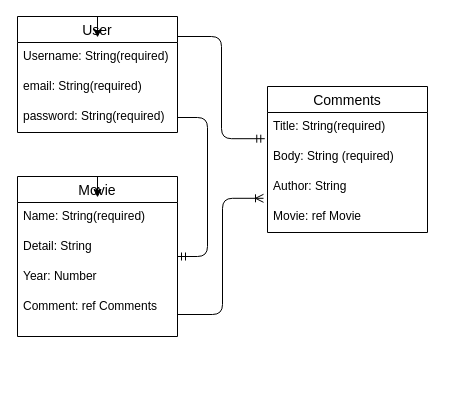
This is page "Page-1" (1 of 2) of ERD.drawio from quincyp/project-mediahub, a draw.io file, before an edit. Source tidied: cells renumbered, new cells numbered last; positions are measured from the earlier drawing's top-left corner, leaving out a move shared by most shapes. Both pictures are drawn from the tidied source at 100%, with x=0, y=0 at pixel (17, 16).
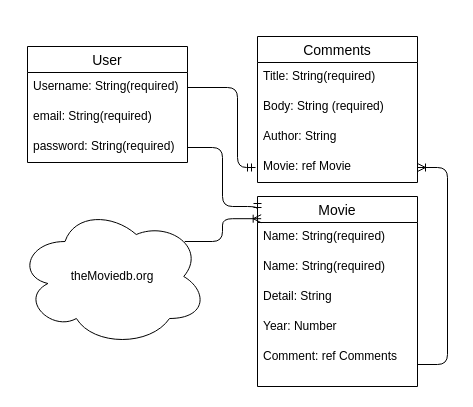
The same diagram, later.

Unchanged cells that the change refers to:
```xml
<mxCell id="3" value="Name: String(required)" style="text;strokeColor=none;fillColor=none;spacingLeft=4;spacingRight=4;overflow=hidden;points=[[0,0.5],[1,0.5]];portConstraint=eastwest;fontSize=12;" parent="2" vertex="1">
  <mxGeometry y="26" width="160" height="30" as="geometry" />
</mxCell>
<mxCell id="9" value="Title: String(required)" style="text;strokeColor=none;fillColor=none;spacingLeft=4;spacingRight=4;overflow=hidden;points=[[0,0.5],[1,0.5]];portConstraint=eastwest;fontSize=12;" parent="8" vertex="1">
  <mxGeometry y="26" width="160" height="30" as="geometry" />
</mxCell>
<mxCell id="11" value="Author: String" style="text;strokeColor=none;fillColor=none;spacingLeft=4;spacingRight=4;overflow=hidden;points=[[0,0.5],[1,0.5]];portConstraint=eastwest;fontSize=12;" parent="8" vertex="1">
  <mxGeometry y="86" width="160" height="30" as="geometry" />
</mxCell>
<mxCell id="12" value="Movie: ref Movie" style="text;strokeColor=none;fillColor=none;spacingLeft=4;spacingRight=4;overflow=hidden;points=[[0,0.5],[1,0.5]];portConstraint=eastwest;fontSize=12;" parent="8" vertex="1">
  <mxGeometry y="116" width="160" height="30" as="geometry" />
</mxCell>
<mxCell id="15" value="Username: String(required)" style="text;strokeColor=none;fillColor=none;spacingLeft=4;spacingRight=4;overflow=hidden;points=[[0,0.5],[1,0.5]];portConstraint=eastwest;fontSize=12;" parent="14" vertex="1">
  <mxGeometry y="26" width="160" height="30" as="geometry" />
</mxCell>
<mxCell id="18" value="password: String(required)" style="text;strokeColor=none;fillColor=none;spacingLeft=4;spacingRight=4;overflow=hidden;points=[[0,0.5],[1,0.5]];portConstraint=eastwest;fontSize=12;" parent="14" vertex="1">
  <mxGeometry y="86" width="160" height="30" as="geometry" />
</mxCell>
```

Diff of the diagram source:
```diff
@@
     <mxCell id="2" value="Movie" style="swimlane;fontStyle=0;horizontal=1;startSize=26;align=center;fontSize=14;" parent="1" vertex="1">
-      <mxGeometry y="160" width="160" height="160" as="geometry" />
+      <mxGeometry x="240" y="180" width="160" height="190" as="geometry" />
     </mxCell>
@@
+    <mxCell id="21" value="Name: String(required)" style="text;strokeColor=none;fillColor=none;spacingLeft=4;spacingRight=4;overflow=hidden;fontSize=12;" parent="2" vertex="1">
+      <mxGeometry y="56" width="160" height="30" as="geometry" />
+    </mxCell>
     <mxCell id="4" value="Detail: String" style="text;strokeColor=none;fillColor=none;spacingLeft=4;spacingRight=4;overflow=hidden;fontSize=12;" parent="2" vertex="1">
-      <mxGeometry y="56" width="160" height="30" as="geometry" />
+      <mxGeometry y="86" width="160" height="30" as="geometry" />
     </mxCell>
-    <mxCell id="5" style="edgeStyle=orthogonalEdgeStyle;rounded=0;jettySize=auto;html=1;exitX=0.5;exitY=0;exitDx=0;exitDy=0;entryX=0.5;entryY=-0.167;entryDx=0;entryDy=0;entryPerimeter=0;" parent="2" edge="1" source="2" target="3">
-      <mxGeometry relative="1" as="geometry" />
+    <mxCell id="5" style="edgeStyle=orthogonalEdgeStyle;rounded=0;jettySize=auto;html=1;exitX=0.5;exitY=0;exitDx=0;exitDy=0;" parent="2" edge="1" source="2">
+      <mxGeometry relative="1" as="geometry">
+        <mxPoint x="80" as="targetPoint" />
+      </mxGeometry>
     </mxCell>
     <mxCell id="6" value="Year: Number" style="text;strokeColor=none;fillColor=none;spacingLeft=4;spacingRight=4;overflow=hidden;fontSize=12;" parent="2" vertex="1">
-      <mxGeometry y="86" width="160" height="30" as="geometry" />
+      <mxGeometry y="116" width="160" height="30" as="geometry" />
     </mxCell>
     <mxCell id="7" value="Comment: ref Comments" style="text;strokeColor=none;fillColor=none;spacingLeft=4;spacingRight=4;overflow=hidden;points=[[0,0.5],[1,0.5]];portConstraint=eastwest;fontSize=12;" parent="2" vertex="1">
-      <mxGeometry y="116" width="160" height="44" as="geometry" />
+      <mxGeometry y="146" width="160" height="44" as="geometry" />
     </mxCell>
     <mxCell id="8" value="Comments" style="swimlane;fontStyle=0;horizontal=1;startSize=26;align=center;fontSize=14;" parent="1" vertex="1">
-      <mxGeometry x="250" y="70" width="160" height="146" as="geometry" />
+      <mxGeometry x="240" y="20" width="160" height="146" as="geometry" />
     </mxCell>
@@
-    <mxCell id="13" style="edgeStyle=orthogonalEdgeStyle;fontSize=12;html=1;endArrow=ERoneToMany;entryX=-0.025;entryY=0.86;entryDx=0;entryDy=0;entryPerimeter=0;" parent="1" edge="1" source="7" target="11">
-      <mxGeometry relative="1" as="geometry" />
+    <mxCell id="13" style="edgeStyle=orthogonalEdgeStyle;fontSize=12;html=1;endArrow=ERoneToMany;exitX=1;exitY=0.5;exitDx=0;exitDy=0;entryX=1;entryY=0.5;entryDx=0;entryDy=0;" parent="1" edge="1" source="7" target="12">
+      <mxGeometry relative="1" as="geometry">
+        <Array as="points">
+          <mxPoint x="430" y="348" />
+          <mxPoint x="430" y="151" />
+        </Array>
+      </mxGeometry>
     </mxCell>
     <mxCell id="14" value="User" style="swimlane;fontStyle=0;horizontal=1;startSize=26;align=center;fontSize=14;" parent="1" vertex="1">
-      <mxGeometry width="160" height="116" as="geometry" />
+      <mxGeometry x="10" y="30" width="160" height="116" as="geometry" />
     </mxCell>
@@
-    <mxCell id="17" style="edgeStyle=orthogonalEdgeStyle;rounded=0;jettySize=auto;html=1;exitX=0.5;exitY=0;exitDx=0;exitDy=0;entryX=0.5;entryY=-0.167;entryDx=0;entryDy=0;entryPerimeter=0;" parent="14" edge="1" source="14" target="15">
-      <mxGeometry relative="1" as="geometry" />
-    </mxCell>
@@
-    <mxCell id="19" style="edgeStyle=entityRelationEdgeStyle;fontSize=12;html=1;endArrow=ERmandOne;" parent="1" edge="1" source="18" target="2">
-      <mxGeometry relative="1" as="geometry" />
+    <mxCell id="19" style="edgeStyle=orthogonalEdgeStyle;fontSize=12;html=1;endArrow=ERmandOne;entryX=0;entryY=0.079;entryDx=0;entryDy=0;entryPerimeter=0;" parent="1" edge="1" source="18" target="2">
+      <mxGeometry relative="1" as="geometry">
+        <Array as="points">
+          <mxPoint x="205" y="131" />
+          <mxPoint x="205" y="190" />
+          <mxPoint x="240" y="190" />
+        </Array>
+      </mxGeometry>
     </mxCell>
-    <mxCell id="20" style="edgeStyle=elbowEdgeStyle;fontSize=12;html=1;endArrow=ERmandOne;entryX=-0.017;entryY=0.873;entryDx=0;entryDy=0;entryPerimeter=0;" parent="1" edge="1" target="9">
+    <mxCell id="20" style="fontSize=12;html=1;endArrow=ERmandOne;exitX=1;exitY=0.5;exitDx=0;exitDy=0;edgeStyle=elbowEdgeStyle;" parent="1" edge="1" source="15">
       <mxGeometry relative="1" as="geometry">
-        <mxPoint x="160" y="20" as="sourcePoint" />
+        <mxPoint x="238" y="151" as="targetPoint" />
+        <Array as="points">
+          <mxPoint x="220" y="110" />
+        </Array>
       </mxGeometry>
     </mxCell>
+    <mxCell id="22" value="theMoviedb.org" style="ellipse;shape=cloud;whiteSpace=wrap;html=1;align=center;" parent="1" vertex="1">
+      <mxGeometry y="190" width="190" height="140" as="geometry" />
+    </mxCell>
+    <mxCell id="23" style="edgeStyle=elbowEdgeStyle;fontSize=12;html=1;endArrow=ERoneToMany;exitX=0.88;exitY=0.25;exitDx=0;exitDy=0;exitPerimeter=0;entryX=0.023;entryY=-0.127;entryDx=0;entryDy=0;entryPerimeter=0;" parent="1" edge="1" source="22" target="3">
+      <mxGeometry relative="1" as="geometry" />
+    </mxCell>
```
